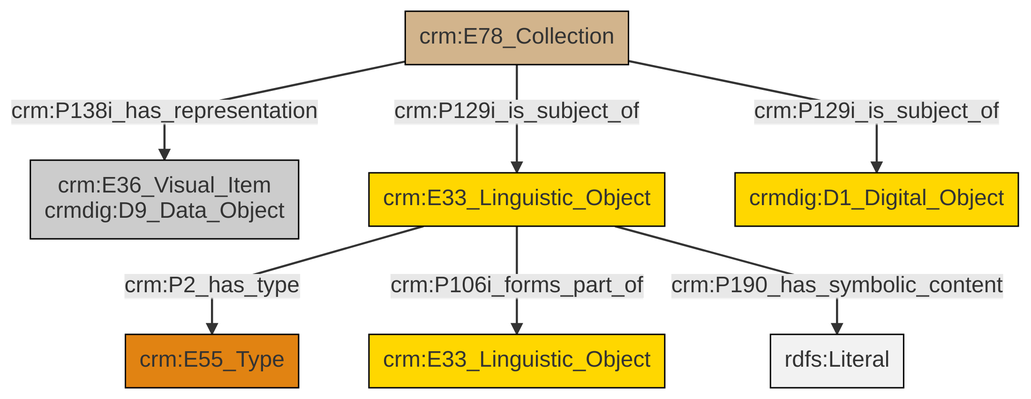
swiss-art-research-net/docs.swissartresearch keeps this Mermaid diagram as et/archivalCSV/ttl/mmd/png/archival_docs.png. Above is the earlier version. Its source is kept beside it as et/archivalCSV/ttl/mmd/archival_docs.ttl.mmd.
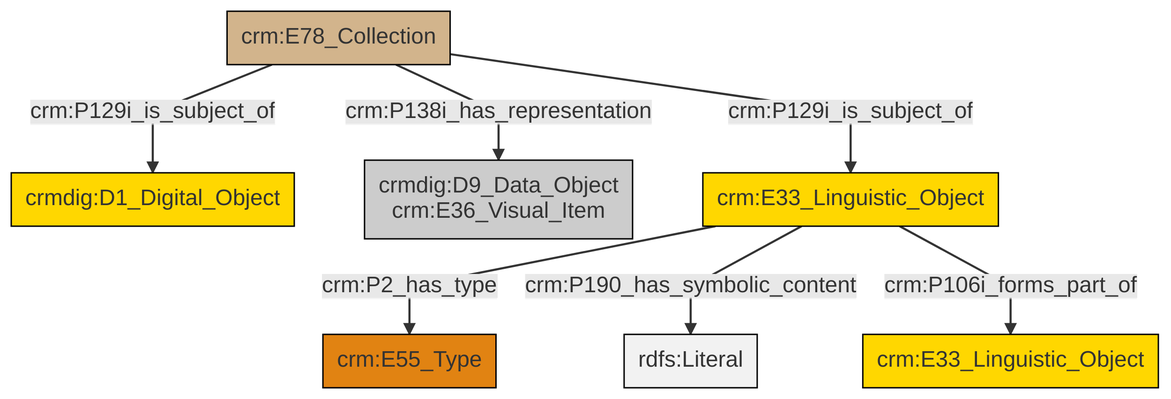
After the change.

What changed in the source:
```diff
@@ -13,9 +13,9 @@
 classDef PC_Classes fill:#4ce600, stroke:#000000;
 classDef Multi fill:#cccccc,stroke:#000000;
 
-2["crm:E33_Linguistic_Object"]:::Conceptual_Object -->|crm:P2_has_type| 3["crm:E55_Type"]:::Type
-5["crm:E78_Collection"]:::Physical_Thing -->|crm:P138i_has_representation| 0["crm:E36_Visual_Item<br>crmdig:D9_Data_Object"]:::Multi
-2["crm:E33_Linguistic_Object"]:::Conceptual_Object -->|crm:P106i_forms_part_of| 9["crm:E33_Linguistic_Object"]:::Conceptual_Object
-5["crm:E78_Collection"]:::Physical_Thing -->|crm:P129i_is_subject_of| 2["crm:E33_Linguistic_Object"]:::Conceptual_Object
-2["crm:E33_Linguistic_Object"]:::Conceptual_Object -->|crm:P190_has_symbolic_content| 12[rdfs:Literal]:::Literal
-5["crm:E78_Collection"]:::Physical_Thing -->|crm:P129i_is_subject_of| 6["crmdig:D1_Digital_Object"]:::Conceptual_Object
+8["crm:E33_Linguistic_Object"]:::Conceptual_Object -->|crm:P2_has_type| 10["crm:E55_Type"]:::Type
+8["crm:E33_Linguistic_Object"]:::Conceptual_Object -->|crm:P190_has_symbolic_content| 12[rdfs:Literal]:::Literal
+2["crm:E78_Collection"]:::Physical_Thing -->|crm:P129i_is_subject_of| 0["crmdig:D1_Digital_Object"]:::Conceptual_Object
+8["crm:E33_Linguistic_Object"]:::Conceptual_Object -->|crm:P106i_forms_part_of| 6["crm:E33_Linguistic_Object"]:::Conceptual_Object
+2["crm:E78_Collection"]:::Physical_Thing -->|crm:P129i_is_subject_of| 8["crm:E33_Linguistic_Object"]:::Conceptual_Object
+2["crm:E78_Collection"]:::Physical_Thing -->|crm:P138i_has_representation| 4["crmdig:D9_Data_Object<br>crm:E36_Visual_Item"]:::Multi
```
